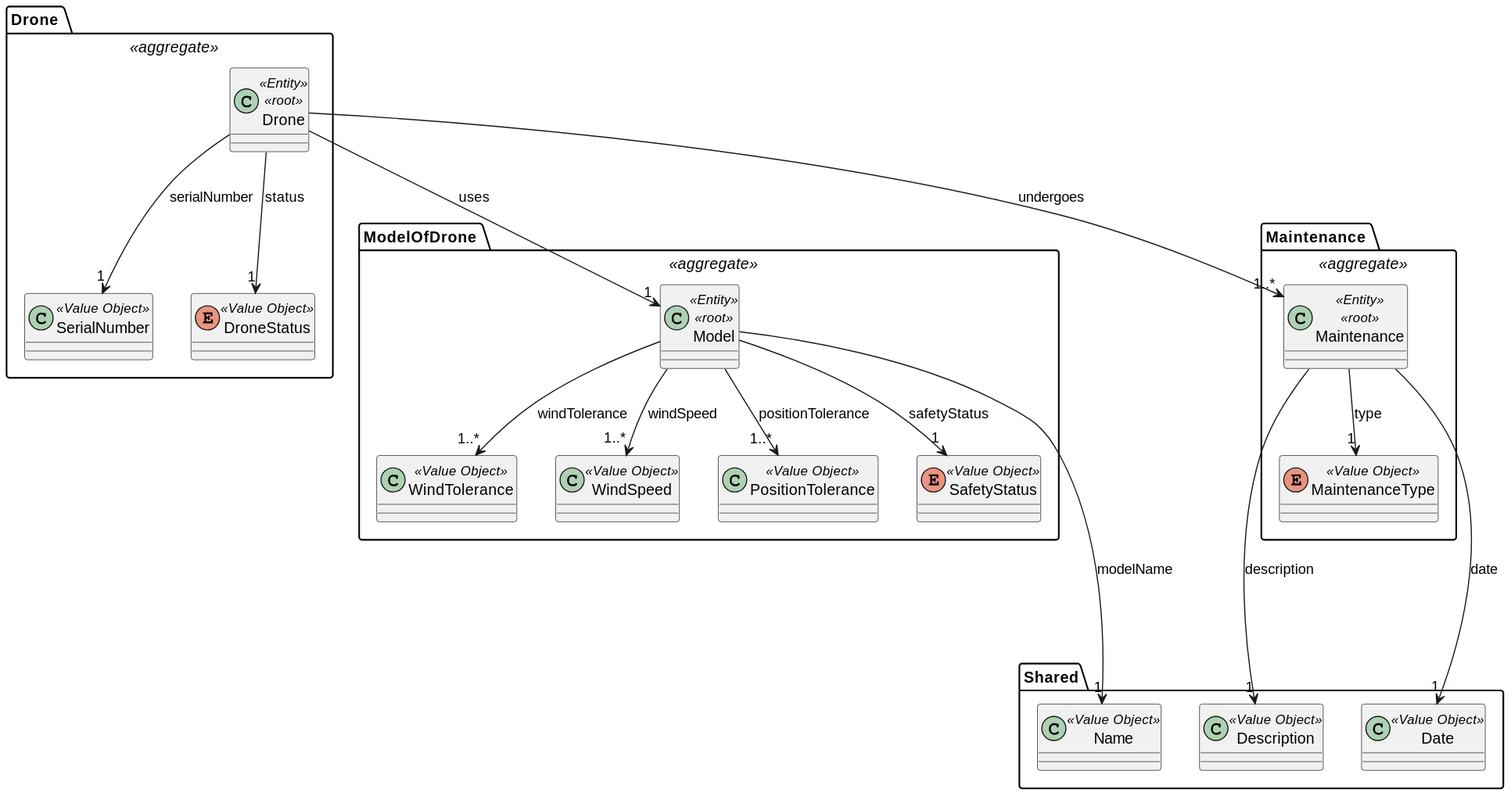
Before: docs/global_artifacts/analysis/images/domain_model_drone.svg, a diagram exported from PlantUML (diogoveirospro/sem4pi-2024-2025-sem4pi_2024_2025_g44).
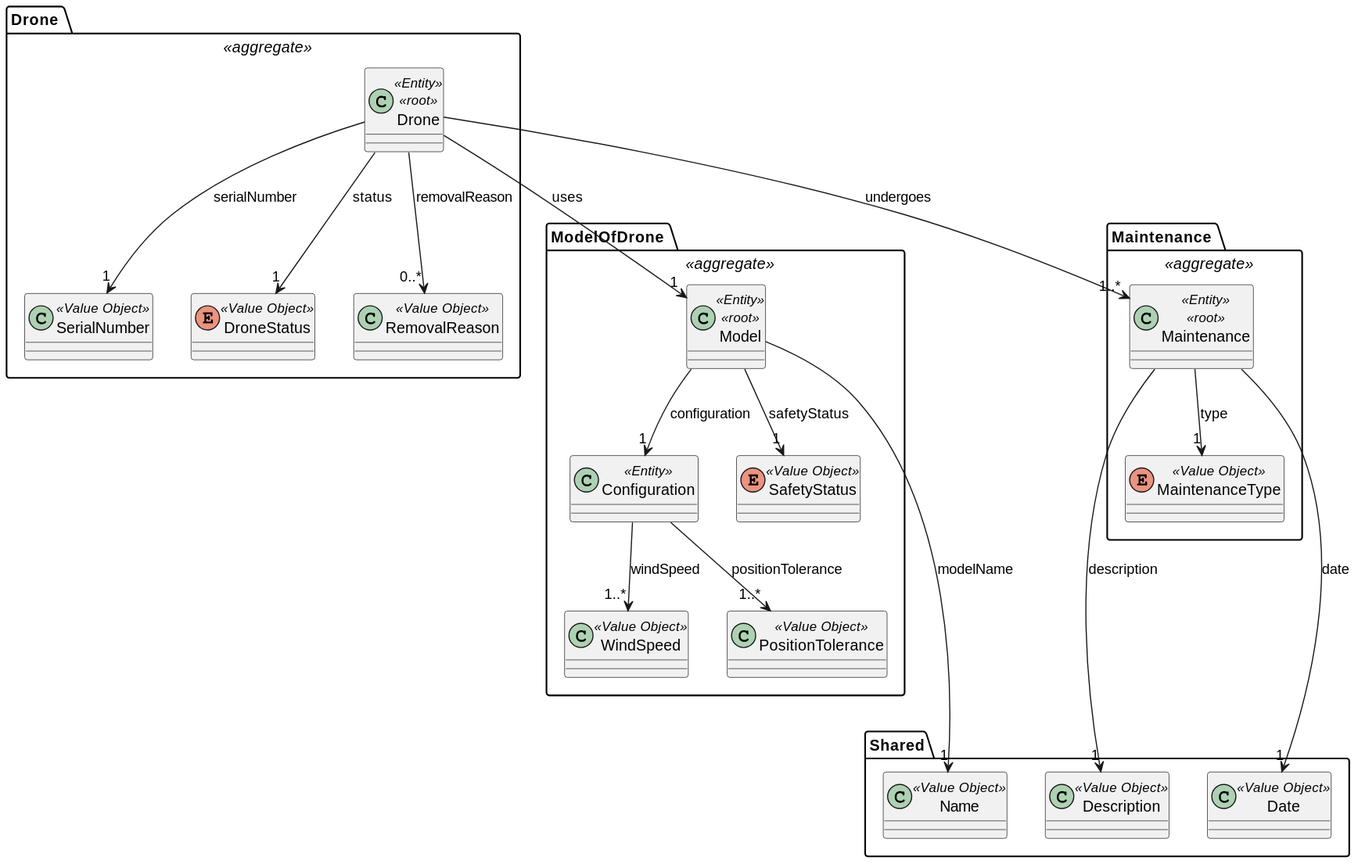
The same diagram one commit later.

Commit message:
update on domain model with the changes of model and drone value objects

Change to the diagram source:
```diff
@@ -10,8 +10,12 @@
     enum DroneStatus <<Value Object>>{
     }
 
+     class RemovalReason <<Value Object>>{
+        }
+
     Drone --> "1" DroneStatus: status
     Drone --> "1" SerialNumber: serialNumber
+    Drone --> "0..*" RemovalReason: removalReason
 }
 
 package "ModelOfDrone " <<aggregate>> {
@@ -19,7 +23,7 @@
     class Model <<Entity>> <<root>>{
     }
 
-    class WindTolerance <<Value Object>>{
+    class Configuration <<Entity>>{
     }
 
     class WindSpeed <<Value Object>>{
@@ -31,9 +35,9 @@
     enum SafetyStatus <<Value Object>>{
     }
 
-    Model --> "1..*" WindTolerance: windTolerance
-    Model --> "1..*" WindSpeed: windSpeed
-    Model --> "1..*" PositionTolerance: positionTolerance
+    Model --> "1" Configuration: configuration
+    Configuration --> "1..*" WindSpeed: windSpeed
+    Configuration --> "1..*" PositionTolerance: positionTolerance
     Model --> "1" SafetyStatus: safetyStatus
 
     Drone --> "1" Model: uses
```
